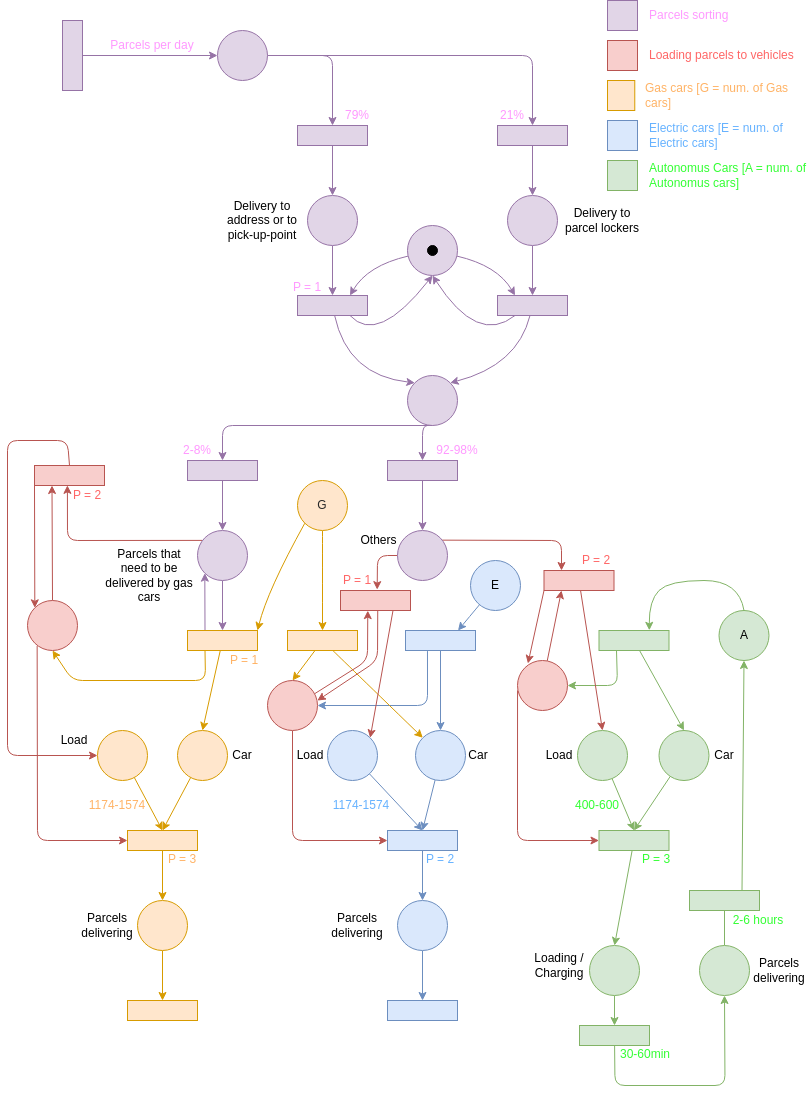
Above: doc/images/scheme.png in imiskii/ims-project (draw.io), before the change. Source tidied: cells renumbered, new cells last; positions are measured from the earlier drawing's top-left corner, leaving out a move shared by most shapes.
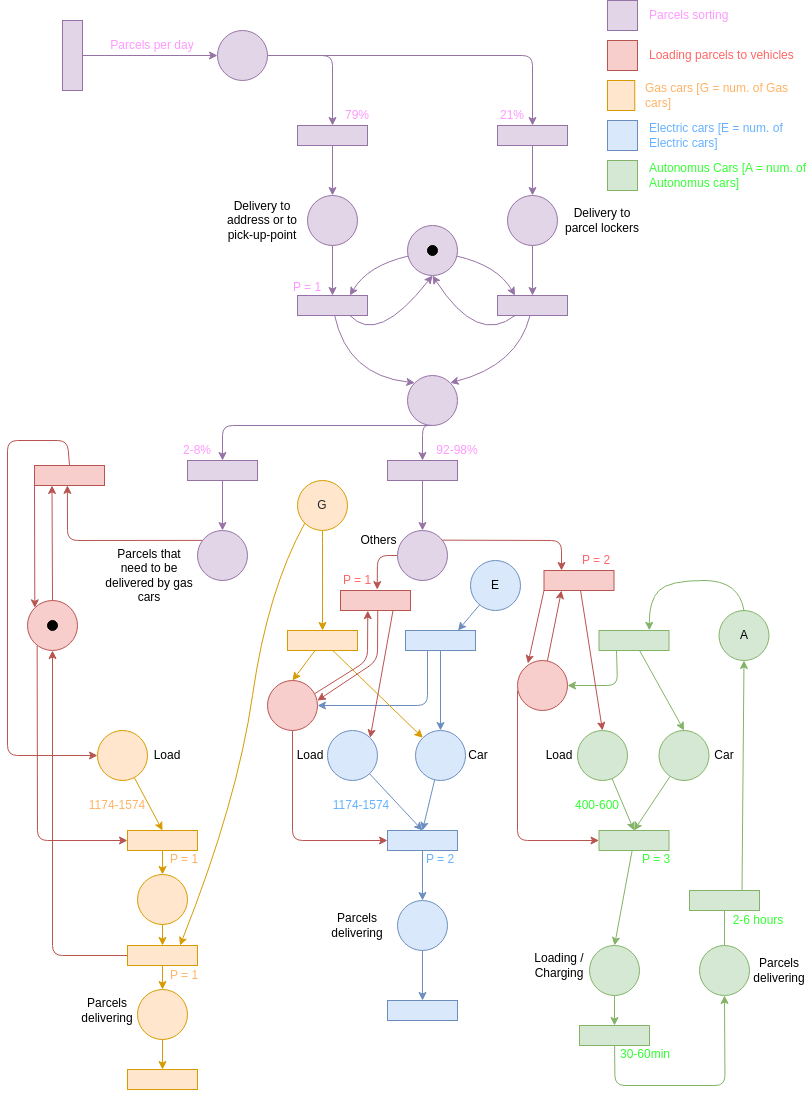
Later version of the same file.

Commit message:
fix: petri net scheme

The edit, as a diff of the source:
```diff
@@ -143,9 +143,6 @@
     <mxCell id="32" style="rounded=0;whiteSpace=wrap;html=1;rotation=-180;strokeColor=#9673a6;fillColor=#e1d5e7;" parent="1" vertex="1">
       <mxGeometry x="380" y="460" width="70" height="20" as="geometry" />
     </mxCell>
-    <mxCell id="33" style="edgeStyle=none;html=1;entryX=0.5;entryY=1;entryDx=0;entryDy=0;strokeColor=#9673A6;fontColor=#33FF33;" parent="1" edge="1" source="34" target="40">
-      <mxGeometry relative="1" as="geometry" />
-    </mxCell>
     <mxCell id="34" style="ellipse;whiteSpace=wrap;html=1;strokeColor=#9673a6;fillColor=#e1d5e7;" parent="1" vertex="1">
       <mxGeometry x="190" y="530" width="50" height="50" as="geometry" />
     </mxCell>
@@ -159,23 +156,6 @@
     <mxCell id="36" style="ellipse;whiteSpace=wrap;html=1;strokeColor=#9673a6;fillColor=#e1d5e7;" parent="1" vertex="1">
       <mxGeometry x="390" y="530" width="50" height="50" as="geometry" />
     </mxCell>
-    <mxCell id="37" style="edgeStyle=none;rounded=1;html=1;entryX=0.5;entryY=0;entryDx=0;entryDy=0;strokeColor=#d79b00;fillColor=#ffe6cc;" parent="1" edge="1" source="40" target="48">
-      <mxGeometry relative="1" as="geometry" />
-    </mxCell>
-    <mxCell id="38" style="edgeStyle=none;html=1;entryX=0.5;entryY=1;entryDx=0;entryDy=0;strokeColor=#D79B00;rounded=1;exitX=0.75;exitY=0;exitDx=0;exitDy=0;fillColor=#f8cecc;" parent="1" edge="1" source="40" target="102">
-      <mxGeometry relative="1" as="geometry">
-        <Array as="points">
-          <mxPoint x="198" y="680" />
-          <mxPoint x="65" y="680" />
-        </Array>
-      </mxGeometry>
-    </mxCell>
-    <mxCell id="39" style="edgeStyle=none;html=1;exitX=0.75;exitY=1;exitDx=0;exitDy=0;entryX=0;entryY=1;entryDx=0;entryDy=0;strokeColor=#9673A6;fontColor=#33FF33;" parent="1" edge="1" source="40" target="34">
-      <mxGeometry relative="1" as="geometry" />
-    </mxCell>
-    <mxCell id="40" style="rounded=0;whiteSpace=wrap;html=1;rotation=-180;strokeColor=#d79b00;fillColor=#ffe6cc;" parent="1" vertex="1">
-      <mxGeometry x="180" y="630" width="70" height="20" as="geometry" />
-    </mxCell>
     <mxCell id="41" style="edgeStyle=none;rounded=1;html=1;entryX=0.5;entryY=0;entryDx=0;entryDy=0;strokeColor=#6c8ebf;fillColor=#dae8fc;" parent="1" edge="1" source="43" target="50">
       <mxGeometry relative="1" as="geometry" />
     </mxCell>
@@ -202,12 +182,6 @@
     <mxCell id="46" style="rounded=0;whiteSpace=wrap;html=1;rotation=-180;strokeColor=#82b366;fillColor=#d5e8d4;" parent="1" vertex="1">
       <mxGeometry x="591.5" y="630" width="70" height="20" as="geometry" />
     </mxCell>
-    <mxCell id="47" style="edgeStyle=none;rounded=1;html=1;entryX=0.5;entryY=1;entryDx=0;entryDy=0;strokeColor=#d79b00;fillColor=#ffe6cc;" parent="1" edge="1" source="48" target="54">
-      <mxGeometry relative="1" as="geometry" />
-    </mxCell>
-    <mxCell id="48" style="ellipse;whiteSpace=wrap;html=1;strokeColor=#d79b00;fillColor=#ffe6cc;" parent="1" vertex="1">
-      <mxGeometry x="170" y="730" width="50" height="50" as="geometry" />
-    </mxCell>
     <mxCell id="49" style="edgeStyle=none;rounded=1;html=1;entryX=0.5;entryY=1;entryDx=0;entryDy=0;strokeColor=#6c8ebf;fillColor=#dae8fc;" parent="1" edge="1" source="50" target="56">
       <mxGeometry relative="1" as="geometry" />
     </mxCell>
@@ -220,9 +194,9 @@
     <mxCell id="52" style="ellipse;whiteSpace=wrap;html=1;strokeColor=#82b366;fillColor=#d5e8d4;" parent="1" vertex="1">
       <mxGeometry x="651.5" y="730" width="50" height="50" as="geometry" />
     </mxCell>
-    <mxCell id="53" style="edgeStyle=none;rounded=1;html=1;entryX=0.5;entryY=0;entryDx=0;entryDy=0;strokeColor=#d79b00;fillColor=#ffe6cc;" parent="1" edge="1" source="54" target="60">
-      <mxGeometry relative="1" as="geometry" />
-    </mxCell>
+    <mxCell id="155" style="edgeStyle=none;html=1;entryX=0.5;entryY=0;entryDx=0;entryDy=0;strokeColor=#D79B00;fontColor=#33FF33;" parent="1" edge="1" source="54" target="160">
+      <mxGeometry relative="1" as="geometry" />
+    </mxCell>
     <mxCell id="54" style="rounded=0;whiteSpace=wrap;html=1;rotation=-180;strokeColor=#d79b00;fillColor=#ffe6cc;" parent="1" vertex="1">
       <mxGeometry x="120" y="830" width="70" height="20" as="geometry" />
     </mxCell>
@@ -242,7 +216,7 @@
       <mxGeometry relative="1" as="geometry" />
     </mxCell>
     <mxCell id="60" style="ellipse;whiteSpace=wrap;html=1;strokeColor=#d79b00;fillColor=#ffe6cc;" parent="1" vertex="1">
-      <mxGeometry x="130" y="900" width="50" height="50" as="geometry" />
+      <mxGeometry x="130" y="989" width="50" height="50" as="geometry" />
     </mxCell>
     <mxCell id="61" style="edgeStyle=none;rounded=1;html=1;entryX=0.5;entryY=1;entryDx=0;entryDy=0;strokeColor=#6c8ebf;fillColor=#dae8fc;" parent="1" edge="1" source="62" target="66">
       <mxGeometry relative="1" as="geometry" />
@@ -257,7 +231,7 @@
       <mxGeometry x="692" y="945" width="50" height="50" as="geometry" />
     </mxCell>
     <mxCell id="65" style="rounded=0;whiteSpace=wrap;html=1;rotation=-180;strokeColor=#d79b00;fillColor=#ffe6cc;" parent="1" vertex="1">
-      <mxGeometry x="120" y="1000" width="70" height="20" as="geometry" />
+      <mxGeometry x="120" y="1069" width="70" height="20" as="geometry" />
     </mxCell>
     <mxCell id="66" style="rounded=0;whiteSpace=wrap;html=1;rotation=-180;strokeColor=#6c8ebf;fillColor=#dae8fc;" parent="1" vertex="1">
       <mxGeometry x="380" y="1000" width="70" height="20" as="geometry" />
@@ -268,10 +242,11 @@
     <mxCell id="68" style="rounded=0;whiteSpace=wrap;html=1;rotation=-180;strokeColor=#82b366;fillColor=#d5e8d4;" parent="1" vertex="1">
       <mxGeometry x="682" y="890" width="70" height="20" as="geometry" />
     </mxCell>
-    <mxCell id="69" style="edgeStyle=none;curved=1;html=1;entryX=0;entryY=1;entryDx=0;entryDy=0;strokeColor=#d79b00;exitX=0;exitY=1;exitDx=0;exitDy=0;fillColor=#ffe6cc;" parent="1" edge="1" source="71" target="40">
+    <mxCell id="69" style="edgeStyle=none;curved=1;html=1;entryX=0.25;entryY=1;entryDx=0;entryDy=0;strokeColor=#d79b00;exitX=0;exitY=1;exitDx=0;exitDy=0;fillColor=#ffe6cc;" parent="1" edge="1" source="71" target="158">
       <mxGeometry relative="1" as="geometry">
         <Array as="points">
           <mxPoint x="260" y="590" />
+          <mxPoint x="230" y="800" />
         </Array>
       </mxGeometry>
     </mxCell>
@@ -415,9 +390,6 @@
     <mxCell id="109" value="&lt;font color=&quot;#33ff33&quot;&gt;400-600&lt;/font&gt;" style="text;html=1;strokeColor=none;fillColor=none;align=center;verticalAlign=middle;whiteSpace=wrap;rounded=0;fontColor=#000000;" parent="1" vertex="1">
       <mxGeometry x="560" y="790" width="60" height="30" as="geometry" />
     </mxCell>
-    <mxCell id="110" value="&lt;font color=&quot;#ffb366&quot;&gt;P = 1&lt;span style=&quot;font-family: monospace; font-size: 0px; text-align: start;&quot;&gt;%3CmxGraphModel%3E%3Croot%3E%3CmxCell%20id%3D%220%22%2F%3E%3CmxCell%20id%3D%221%22%20parent%3D%220%22%2F%3E%3CmxCell%20id%3D%222%22%20value%3D%22%22%20style%3D%22rounded%3D0%3BwhiteSpace%3Dwrap%3Bhtml%3D1%3Brotation%3D-90%3BstrokeColor%3D%23b85450%3BfillColor%3D%23f8cecc%3B%22%20vertex%3D%221%22%20parent%3D%221%22%3E%3CmxGeometry%20x%3D%22550%22%20y%3D%22410%22%20width%3D%2270%22%20height%3D%2220%22%20as%3D%22geometry%22%2F%3E%3C%2FmxCell%3E%3C%2Froot%3E%3C%2FmxGraphModel%3E&lt;/span&gt;&lt;/font&gt;" style="text;html=1;strokeColor=none;fillColor=none;align=center;verticalAlign=middle;whiteSpace=wrap;rounded=0;fontColor=#000000;" parent="1" vertex="1">
-      <mxGeometry x="207" y="645" width="60" height="30" as="geometry" />
-    </mxCell>
     <mxCell id="111" value="&lt;font color=&quot;#ff99ff&quot;&gt;79%&lt;/font&gt;" style="text;html=1;strokeColor=none;fillColor=none;align=center;verticalAlign=middle;whiteSpace=wrap;rounded=0;fontColor=#000000;" parent="1" vertex="1">
       <mxGeometry x="320" y="100" width="60" height="30" as="geometry" />
     </mxCell>
@@ -449,10 +421,10 @@
       <mxGeometry x="337.5" y="520" width="67" height="40" as="geometry" />
     </mxCell>
     <mxCell id="121" value="Load" style="text;html=1;strokeColor=none;fillColor=none;align=center;verticalAlign=middle;whiteSpace=wrap;rounded=0;fontColor=#000000;" parent="1" vertex="1">
-      <mxGeometry x="37" y="720" width="60" height="40" as="geometry" />
+      <mxGeometry x="130" y="735" width="60" height="40" as="geometry" />
     </mxCell>
     <mxCell id="122" value="Parcels delivering" style="text;html=1;strokeColor=none;fillColor=none;align=center;verticalAlign=middle;whiteSpace=wrap;rounded=0;fontColor=#000000;" parent="1" vertex="1">
-      <mxGeometry x="70" y="905" width="60" height="40" as="geometry" />
+      <mxGeometry x="70" y="990" width="60" height="40" as="geometry" />
     </mxCell>
     <mxCell id="123" value="Parcels delivering" style="text;html=1;strokeColor=none;fillColor=none;align=center;verticalAlign=middle;whiteSpace=wrap;rounded=0;fontColor=#000000;" parent="1" vertex="1">
       <mxGeometry x="320" y="905" width="60" height="40" as="geometry" />
@@ -481,12 +453,9 @@
     <mxCell id="131" style="ellipse;whiteSpace=wrap;html=1;strokeColor=#d79b00;fillColor=#ffe6cc;" parent="1" vertex="1">
       <mxGeometry x="90" y="730" width="50" height="50" as="geometry" />
     </mxCell>
-    <mxCell id="132" value="&lt;font color=&quot;#ffb366&quot;&gt;P = 3&lt;span style=&quot;font-family: monospace; font-size: 0px; text-align: start;&quot;&gt;%3CmxGraphModel%3E%3Croot%3E%3CmxCell%20id%3D%220%22%2F%3E%3CmxCell%20id%3D%221%22%20parent%3D%220%22%2F%3E%3CmxCell%20id%3D%222%22%20value%3D%22%22%20style%3D%22rounded%3D0%3BwhiteSpace%3Dwrap%3Bhtml%3D1%3Brotation%3D-90%3BstrokeColor%3D%23b85450%3BfillColor%3D%23f8cecc%3B%22%20vertex%3D%221%22%20parent%3D%221%22%3E%3CmxGeometry%20x%3D%22550%22%20y%3D%22410%22%20width%3D%2270%22%20height%3D%2220%22%20as%3D%22geometry%22%2F%3E%3C%2FmxCell%3E%3C%2Froot%3E%3C%2FmxGraphModel%3E&lt;/span&gt;&lt;/font&gt;" style="text;html=1;strokeColor=none;fillColor=none;align=center;verticalAlign=middle;whiteSpace=wrap;rounded=0;fontColor=#000000;" parent="1" vertex="1">
-      <mxGeometry x="145" y="844" width="60" height="30" as="geometry" />
+    <mxCell id="132" value="&lt;font color=&quot;#ffb366&quot;&gt;P = 1&lt;span style=&quot;font-family: monospace; font-size: 0px; text-align: start;&quot;&gt;%3CmxGraphModel%3E%3Croot%3E%3CmxCell%20id%3D%220%22%2F%3E%3CmxCell%20id%3D%221%22%20parent%3D%220%22%2F%3E%3CmxCell%20id%3D%222%22%20value%3D%22%22%20style%3D%22rounded%3D0%3BwhiteSpace%3Dwrap%3Bhtml%3D1%3Brotation%3D-90%3BstrokeColor%3D%23b85450%3BfillColor%3D%23f8cecc%3B%22%20vertex%3D%221%22%20parent%3D%221%22%3E%3CmxGeometry%20x%3D%22550%22%20y%3D%22410%22%20width%3D%2270%22%20height%3D%2220%22%20as%3D%22geometry%22%2F%3E%3C%2FmxCell%3E%3C%2Froot%3E%3C%2FmxGraphModel%3E&lt;/span&gt;&lt;/font&gt;" style="text;html=1;strokeColor=none;fillColor=none;align=center;verticalAlign=middle;whiteSpace=wrap;rounded=0;fontColor=#000000;" parent="1" vertex="1">
+      <mxGeometry x="147" y="844" width="60" height="30" as="geometry" />
     </mxCell>
-    <mxCell id="133" value="Car" style="text;html=1;strokeColor=none;fillColor=none;align=center;verticalAlign=middle;whiteSpace=wrap;rounded=0;fontColor=#000000;" parent="1" vertex="1">
-      <mxGeometry x="205" y="735" width="60" height="40" as="geometry" />
-    </mxCell>
     <mxCell id="134" style="edgeStyle=none;html=1;entryX=0.5;entryY=1;entryDx=0;entryDy=0;strokeColor=#6C8EBF;fontColor=#FFB366;" parent="1" edge="1" source="135" target="56">
       <mxGeometry relative="1" as="geometry" />
     </mxCell>
@@ -541,9 +510,6 @@
     <mxCell id="147" value="Car" style="text;html=1;strokeColor=none;fillColor=none;align=center;verticalAlign=middle;whiteSpace=wrap;rounded=0;fontColor=#000000;" parent="1" vertex="1">
       <mxGeometry x="687" y="735" width="60" height="40" as="geometry" />
     </mxCell>
-    <mxCell id="148" value="&lt;font color=&quot;#ff6666&quot;&gt;P = 2&lt;span style=&quot;font-family: monospace; font-size: 0px; text-align: start;&quot;&gt;%3CmxGraphModel%3E%3Croot%3E%3CmxCell%20id%3D%220%22%2F%3E%3CmxCell%20id%3D%221%22%20parent%3D%220%22%2F%3E%3CmxCell%20id%3D%222%22%20value%3D%22%22%20style%3D%22rounded%3D0%3BwhiteSpace%3Dwrap%3Bhtml%3D1%3Brotation%3D-90%3BstrokeColor%3D%23b85450%3BfillColor%3D%23f8cecc%3B%22%20vertex%3D%221%22%20parent%3D%221%22%3E%3CmxGeometry%20x%3D%22550%22%20y%3D%22410%22%20width%3D%2270%22%20height%3D%2220%22%20as%3D%22geometry%22%2F%3E%3C%2FmxCell%3E%3C%2Froot%3E%3C%2FmxGraphModel%3&lt;/span&gt;&lt;/font&gt;" style="text;html=1;strokeColor=none;fillColor=none;align=center;verticalAlign=middle;whiteSpace=wrap;rounded=0;fontColor=#000000;" parent="1" vertex="1">
-      <mxGeometry x="50" y="480" width="60" height="30" as="geometry" />
-    </mxCell>
     <mxCell id="149" style="edgeStyle=none;html=1;entryX=0.5;entryY=1;entryDx=0;entryDy=0;strokeColor=#82B366;fontColor=#FF6666;" parent="1" edge="1" source="150" target="152">
       <mxGeometry relative="1" as="geometry" />
     </mxCell>
@@ -567,5 +533,30 @@
     <mxCell id="154" value="Loading / Charging" style="text;html=1;strokeColor=none;fillColor=none;align=center;verticalAlign=middle;whiteSpace=wrap;rounded=0;fontColor=#000000;" parent="1" vertex="1">
       <mxGeometry x="522" y="945" width="60" height="40" as="geometry" />
     </mxCell>
+    <mxCell id="156" style="edgeStyle=none;html=1;entryX=0.5;entryY=0;entryDx=0;entryDy=0;strokeColor=#D79B00;fontColor=#33FF33;" parent="1" edge="1" source="158" target="60">
+      <mxGeometry relative="1" as="geometry" />
+    </mxCell>
+    <mxCell id="157" style="edgeStyle=none;html=1;exitX=1;exitY=0.5;exitDx=0;exitDy=0;entryX=0.5;entryY=1;entryDx=0;entryDy=0;strokeColor=#B85450;fontColor=#33FF33;" parent="1" edge="1" source="158" target="102">
+      <mxGeometry relative="1" as="geometry">
+        <Array as="points">
+          <mxPoint x="45" y="955" />
+        </Array>
+      </mxGeometry>
+    </mxCell>
+    <mxCell id="158" style="rounded=0;whiteSpace=wrap;html=1;rotation=-180;strokeColor=#d79b00;fillColor=#ffe6cc;" parent="1" vertex="1">
+      <mxGeometry x="120" y="945" width="70" height="20" as="geometry" />
+    </mxCell>
+    <mxCell id="159" style="edgeStyle=none;html=1;entryX=0.5;entryY=1;entryDx=0;entryDy=0;strokeColor=#D79B00;fontColor=#33FF33;" parent="1" edge="1" source="160" target="158">
+      <mxGeometry relative="1" as="geometry" />
+    </mxCell>
+    <mxCell id="160" style="ellipse;whiteSpace=wrap;html=1;strokeColor=#d79b00;fillColor=#ffe6cc;" parent="1" vertex="1">
+      <mxGeometry x="130" y="874" width="50" height="50" as="geometry" />
+    </mxCell>
+    <mxCell id="161" style="ellipse;whiteSpace=wrap;html=1;fillColor=#000000;strokeColor=#000000;" parent="1" vertex="1">
+      <mxGeometry x="40" y="620" width="10" height="10" as="geometry" />
+    </mxCell>
+    <mxCell id="110" value="&lt;font color=&quot;#ffb366&quot;&gt;P = 1&lt;span style=&quot;font-family: monospace; font-size: 0px; text-align: start;&quot;&gt;%3CmxGraphModel%3E%3Croot%3E%3CmxCell%20id%3D%220%22%2F%3E%3CmxCell%20id%3D%221%22%20parent%3D%220%22%2F%3E%3CmxCell%20id%3D%222%22%20value%3D%22%22%20style%3D%22rounded%3D0%3BwhiteSpace%3Dwrap%3Bhtml%3D1%3Brotation%3D-90%3BstrokeColor%3D%23b85450%3BfillColor%3D%23f8cecc%3B%22%20vertex%3D%221%22%20parent%3D%221%22%3E%3CmxGeometry%20x%3D%22550%22%20y%3D%22410%22%20width%3D%2270%22%20height%3D%2220%22%20as%3D%22geometry%22%2F%3E%3C%2FmxCell%3E%3C%2Froot%3E%3C%2FmxGraphModel%3E&lt;/span&gt;&lt;/font&gt;" style="text;html=1;strokeColor=none;fillColor=none;align=center;verticalAlign=middle;whiteSpace=wrap;rounded=0;fontColor=#000000;" parent="1" vertex="1">
+      <mxGeometry x="147" y="960" width="60" height="30" as="geometry" />
+    </mxCell>
   </root>
 </mxGraphModel>
```
